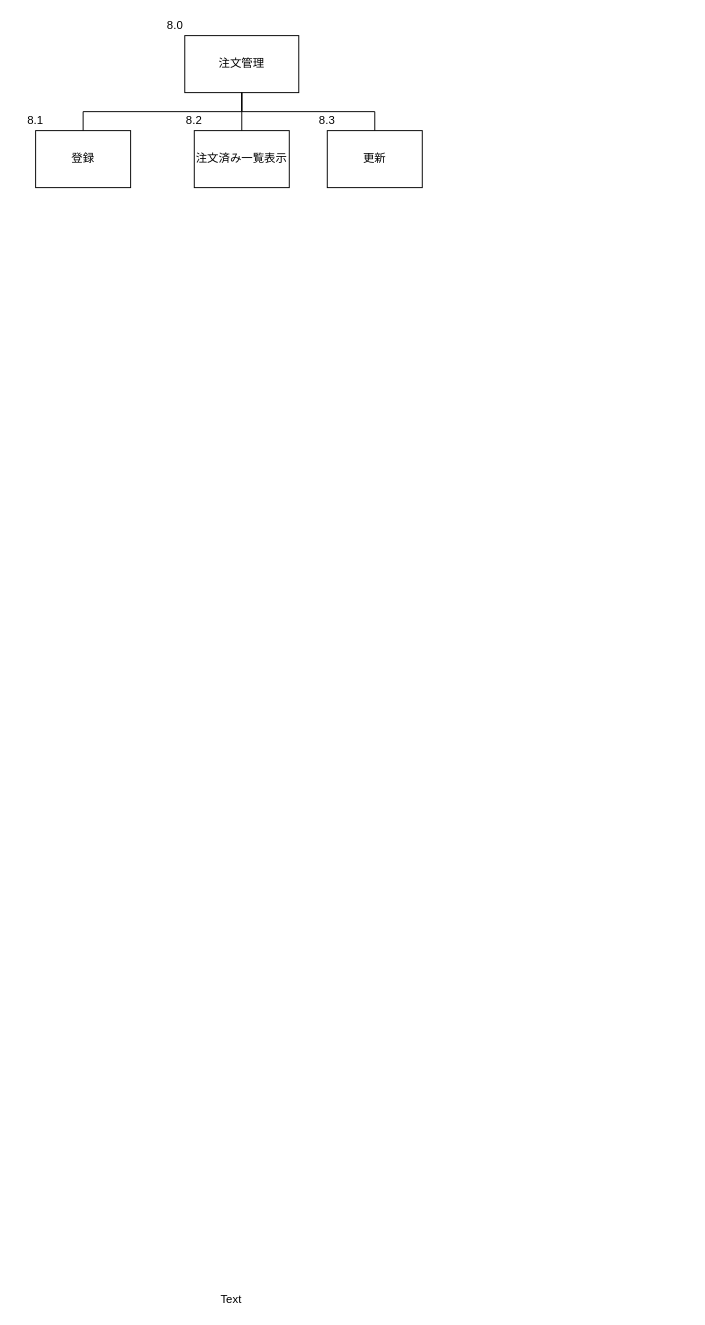
This is サブシステム構造図/注文管理.drawio from Yamanin3/system-devel, a draw.io file, before an edit. Source tidied: cells renumbered, new cells numbered last; positions are measured from the earlier drawing's top-left corner, leaving out a move shared by most shapes. Both pictures are drawn from the tidied source at 95%, with x=0, y=0 at pixel (16, 16).
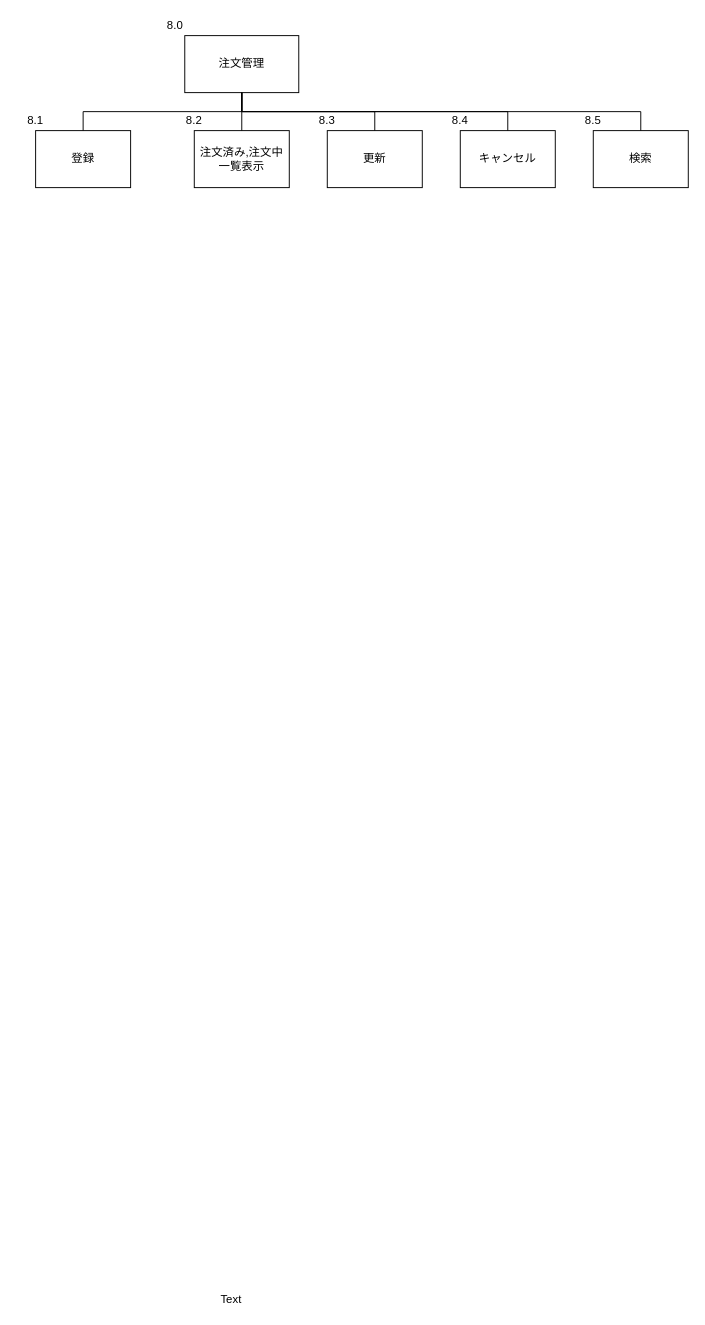
Above is the later version.

Diff of the diagram source:
```diff
@@
 <mxGraphModel>
   <root>
     <mxCell id="0" />
     <mxCell id="1" parent="0" />
     <mxCell id="2" value="注文管理" style="whiteSpace=wrap;html=1;align=center;" parent="1" vertex="1">
       <mxGeometry x="177" y="20" width="120" height="60" as="geometry" />
     </mxCell>
-    <mxCell id="3" value="注文済み一覧表示" style="whiteSpace=wrap;html=1;align=center;verticalAlign=middle;" parent="1" vertex="1">
+    <mxCell id="3" value="注文済み,注文中一覧表示" style="whiteSpace=wrap;html=1;align=center;verticalAlign=middle;" parent="1" vertex="1">
       <mxGeometry x="187" y="120" width="100" height="60" as="geometry" />
     </mxCell>
     <mxCell id="4" style="edgeStyle=elbowEdgeStyle;elbow=vertical;startArrow=none;endArrow=none;rounded=0;exitX=0.5;exitY=1;exitDx=0;exitDy=0;" parent="1" edge="1" source="2" target="3">
       <mxGeometry relative="1" as="geometry" />
     </mxCell>
     <mxCell id="5" value="更新" style="whiteSpace=wrap;html=1;align=center;verticalAlign=middle;" parent="1" vertex="1">
       <mxGeometry x="327" y="120" width="100" height="60" as="geometry" />
     </mxCell>
     <mxCell id="6" value="登録" style="whiteSpace=wrap;html=1;align=center;verticalAlign=middle;" parent="1" vertex="1">
       <mxGeometry x="20" y="120" width="100" height="60" as="geometry" />
     </mxCell>
     <mxCell id="7" value="8.1" style="text;html=1;strokeColor=none;fillColor=none;align=center;verticalAlign=middle;whiteSpace=wrap;rounded=0;" parent="1" vertex="1">
       <mxGeometry y="100" width="40" height="20" as="geometry" />
     </mxCell>
     <mxCell id="8" value="8.2" style="text;html=1;strokeColor=none;fillColor=none;align=center;verticalAlign=middle;whiteSpace=wrap;rounded=0;" parent="1" vertex="1">
       <mxGeometry x="167" y="100" width="40" height="20" as="geometry" />
     </mxCell>
     <mxCell id="9" value="8.0" style="text;html=1;strokeColor=none;fillColor=none;align=center;verticalAlign=middle;whiteSpace=wrap;rounded=0;" parent="1" vertex="1">
       <mxGeometry x="147" width="40" height="20" as="geometry" />
     </mxCell>
     <mxCell id="10" value="Text" style="text;html=1;align=left;verticalAlign=top;spacingTop=-4;" parent="1" vertex="1">
       <mxGeometry x="213" y="1341" width="40" height="20" as="geometry" />
     </mxCell>
     <mxCell id="11" value="8.3" style="text;html=1;strokeColor=none;fillColor=none;align=center;verticalAlign=middle;whiteSpace=wrap;rounded=0;" parent="1" vertex="1">
       <mxGeometry x="307" y="100" width="40" height="20" as="geometry" />
     </mxCell>
     <mxCell id="12" style="edgeStyle=elbowEdgeStyle;elbow=vertical;startArrow=none;endArrow=none;rounded=0;exitX=0.5;exitY=1;exitDx=0;exitDy=0;entryX=0.5;entryY=0;entryDx=0;entryDy=0;" parent="1" edge="1" source="2" target="5">
       <mxGeometry relative="1" as="geometry" />
     </mxCell>
     <mxCell id="13" style="edgeStyle=elbowEdgeStyle;elbow=vertical;startArrow=none;endArrow=none;rounded=0;exitX=0.5;exitY=1;exitDx=0;exitDy=0;entryX=0.5;entryY=0;entryDx=0;entryDy=0;" parent="1" edge="1" source="2" target="6">
       <mxGeometry relative="1" as="geometry" />
     </mxCell>
+    <mxCell id="14" value="キャンセル" style="whiteSpace=wrap;html=1;align=center;verticalAlign=middle;" parent="1" vertex="1">
+      <mxGeometry x="467" y="120" width="100" height="60" as="geometry" />
+    </mxCell>
+    <mxCell id="15" value="8.4" style="text;html=1;strokeColor=none;fillColor=none;align=center;verticalAlign=middle;whiteSpace=wrap;rounded=0;" parent="1" vertex="1">
+      <mxGeometry x="447" y="100" width="40" height="20" as="geometry" />
+    </mxCell>
+    <mxCell id="16" style="edgeStyle=elbowEdgeStyle;elbow=vertical;startArrow=none;endArrow=none;rounded=0;exitX=0.5;exitY=1;exitDx=0;exitDy=0;entryX=0.5;entryY=0;entryDx=0;entryDy=0;" parent="1" edge="1" source="2" target="14">
+      <mxGeometry relative="1" as="geometry" />
+    </mxCell>
+    <mxCell id="17" value="検索" style="whiteSpace=wrap;html=1;align=center;verticalAlign=middle;" parent="1" vertex="1">
+      <mxGeometry x="607" y="120" width="100" height="60" as="geometry" />
+    </mxCell>
+    <mxCell id="18" value="8.5" style="text;html=1;strokeColor=none;fillColor=none;align=center;verticalAlign=middle;whiteSpace=wrap;rounded=0;" parent="1" vertex="1">
+      <mxGeometry x="587" y="100" width="40" height="20" as="geometry" />
+    </mxCell>
+    <mxCell id="19" style="edgeStyle=elbowEdgeStyle;elbow=vertical;startArrow=none;endArrow=none;rounded=0;exitX=0.5;exitY=1;exitDx=0;exitDy=0;entryX=0.5;entryY=0;entryDx=0;entryDy=0;" parent="1" edge="1" source="2" target="17">
+      <mxGeometry relative="1" as="geometry" />
+    </mxCell>
   </root>
 </mxGraphModel>
```
